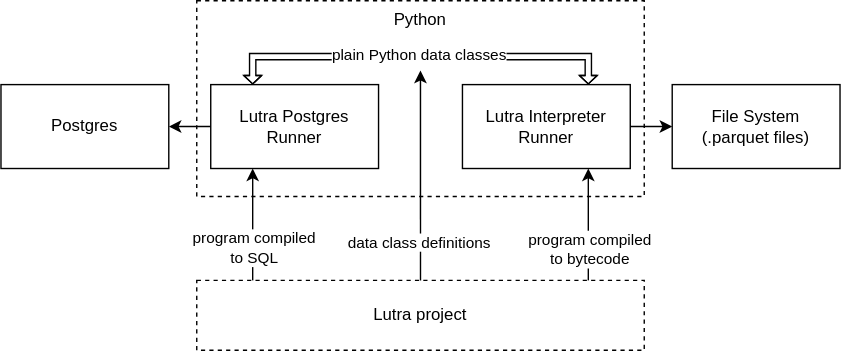
Earlier version of the draw.io export website/docs/usage/python-overview.drawio.svg (aljazerzen/lutra). Source tidied: cells renumbered, new cells last; positions are measured from the earlier drawing's top-left corner, leaving out a move shared by most shapes.
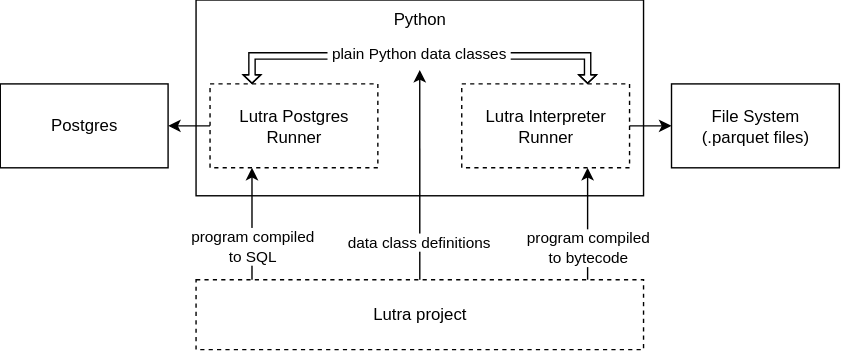
The same diagram one commit later.

Diff of the diagram source:
```diff
@@ -2,7 +2,7 @@
   <root>
     <mxCell id="0" />
     <mxCell id="1" parent="0" />
-    <mxCell id="2" value="Python" style="rounded=0;whiteSpace=wrap;html=1;verticalAlign=top;dashed=1;labelBackgroundColor=none;fillColor=none;" parent="1" vertex="1">
+    <mxCell id="2" value="Python" style="rounded=0;whiteSpace=wrap;html=1;verticalAlign=top;labelBackgroundColor=none;fillColor=none;" parent="1" vertex="1">
       <mxGeometry x="140" width="320" height="140" as="geometry" />
     </mxCell>
     <mxCell id="3" value="&lt;div&gt;Postgres&lt;/div&gt;" style="rounded=0;whiteSpace=wrap;html=1;labelBackgroundColor=none;fillColor=none;" parent="1" vertex="1">
@@ -14,7 +14,7 @@
     <mxCell id="5" style="edgeStyle=orthogonalEdgeStyle;rounded=0;jettySize=auto;html=1;exitX=0;exitY=0.5;exitDx=0;exitDy=0;entryX=1;entryY=0.5;entryDx=0;entryDy=0;" parent="1" edge="1" source="6" target="3">
       <mxGeometry relative="1" as="geometry" />
     </mxCell>
-    <mxCell id="6" value="&lt;div&gt;Lutra Postgres&lt;/div&gt;&lt;div&gt;Runner&lt;/div&gt;" style="rounded=0;whiteSpace=wrap;html=1;labelBackgroundColor=none;fillColor=none;" parent="1" vertex="1">
+    <mxCell id="6" value="&lt;div&gt;Lutra Postgres&lt;/div&gt;&lt;div&gt;Runner&lt;/div&gt;" style="rounded=0;whiteSpace=wrap;html=1;labelBackgroundColor=none;fillColor=none;dashed=1;" parent="1" vertex="1">
       <mxGeometry x="150" y="60" width="120" height="60" as="geometry" />
     </mxCell>
     <mxCell id="7" style="edgeStyle=orthogonalEdgeStyle;rounded=0;jettySize=auto;html=1;exitX=1;exitY=0.5;exitDx=0;exitDy=0;" parent="1" edge="1" source="10" target="4">
@@ -28,12 +28,12 @@
         </Array>
       </mxGeometry>
     </mxCell>
-    <mxCell id="9" value="plain Python data classes" style="edgeLabel;html=1;align=center;verticalAlign=middle;textShadow=0;labelBackgroundColor=default;" parent="8" vertex="1">
+    <mxCell id="9" value="&amp;nbsp;plain Python data classes&amp;nbsp;" style="edgeLabel;html=1;align=center;verticalAlign=middle;textShadow=0;labelBackgroundColor=light-dark(#FFFFFF,#202B38);fontFamily=Helvetica;fontSize=11;fontColor=default;fillColor=none;gradientColor=none;" parent="8" vertex="1">
       <mxGeometry x="0.07" relative="1" as="geometry">
         <mxPoint x="8" y="-2" as="offset" />
       </mxGeometry>
     </mxCell>
-    <mxCell id="10" value="&lt;div&gt;Lutra Interpreter&lt;/div&gt;&lt;div&gt;Runner&lt;/div&gt;" style="rounded=0;whiteSpace=wrap;html=1;labelBackgroundColor=none;fillColor=none;" parent="1" vertex="1">
+    <mxCell id="10" value="&lt;div&gt;Lutra Interpreter&lt;/div&gt;&lt;div&gt;Runner&lt;/div&gt;" style="rounded=0;whiteSpace=wrap;html=1;labelBackgroundColor=none;fillColor=none;dashed=1;" parent="1" vertex="1">
       <mxGeometry x="330" y="60" width="120" height="60" as="geometry" />
     </mxCell>
     <mxCell id="11" style="edgeStyle=orthogonalEdgeStyle;rounded=0;jettySize=auto;html=1;" parent="1" edge="1" source="15">
@@ -45,7 +45,7 @@
         </Array>
       </mxGeometry>
     </mxCell>
-    <mxCell id="12" value="program compiled&lt;br&gt;to bytecode" style="edgeLabel;html=1;align=center;verticalAlign=middle;labelBackgroundColor=default;" parent="11" vertex="1">
+    <mxCell id="12" value="program compiled&lt;br&gt;to bytecode" style="edgeLabel;html=1;align=center;verticalAlign=middle;labelBackgroundColor=light-dark(#FFFFFF,#202B38);" parent="11" vertex="1">
       <mxGeometry x="-0.44" relative="1" as="geometry">
         <mxPoint y="-1" as="offset" />
       </mxGeometry>
@@ -55,7 +55,7 @@
         <mxPoint x="300" y="50" as="targetPoint" />
       </mxGeometry>
     </mxCell>
-    <mxCell id="14" value="data class definitions" style="edgeLabel;html=1;align=center;verticalAlign=middle;labelBackgroundColor=default;" parent="13" vertex="1">
+    <mxCell id="14" value="data class definitions" style="edgeLabel;html=1;align=center;verticalAlign=middle;labelBackgroundColor=light-dark(#FFFFFF,#202B38);" parent="13" vertex="1">
       <mxGeometry x="-0.63" y="1" relative="1" as="geometry" />
     </mxCell>
     <mxCell id="15" value="Lutra project" style="rounded=0;whiteSpace=wrap;html=1;verticalAlign=middle;dashed=1;labelBackgroundColor=none;fillColor=none;" parent="1" vertex="1">
@@ -69,7 +69,7 @@
         </Array>
       </mxGeometry>
     </mxCell>
-    <mxCell id="17" value="&lt;div&gt;program compiled&lt;/div&gt;&lt;div&gt;to SQL&lt;/div&gt;" style="edgeLabel;html=1;align=center;verticalAlign=middle;labelBackgroundColor=default;" parent="16" vertex="1">
+    <mxCell id="17" value="&lt;div&gt;program compiled&lt;/div&gt;&lt;div&gt;to SQL&lt;/div&gt;" style="edgeLabel;html=1;align=center;verticalAlign=middle;labelBackgroundColor=light-dark(#FFFFFF,#202B38);" parent="16" vertex="1">
       <mxGeometry x="-0.15" relative="1" as="geometry">
         <mxPoint y="10" as="offset" />
       </mxGeometry>
```
